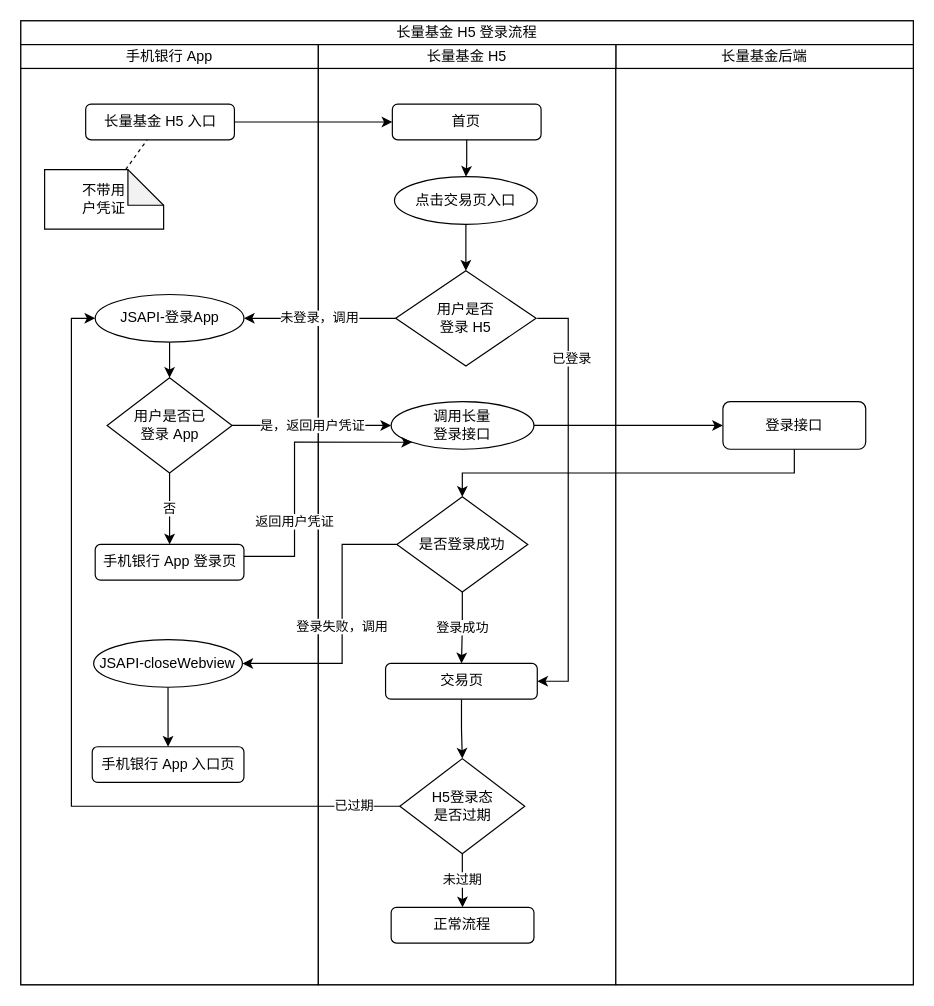
The draw.io diagram zeus-login.drawio in xhavit-app/draw.io, before the edit. Source tidied: cells renumbered, new cells numbered last; positions are measured from the earlier drawing's top-left corner, leaving out a move shared by most shapes. Both pictures are drawn from the tidied source at 119%, with x=0, y=0 at pixel (20, 20).
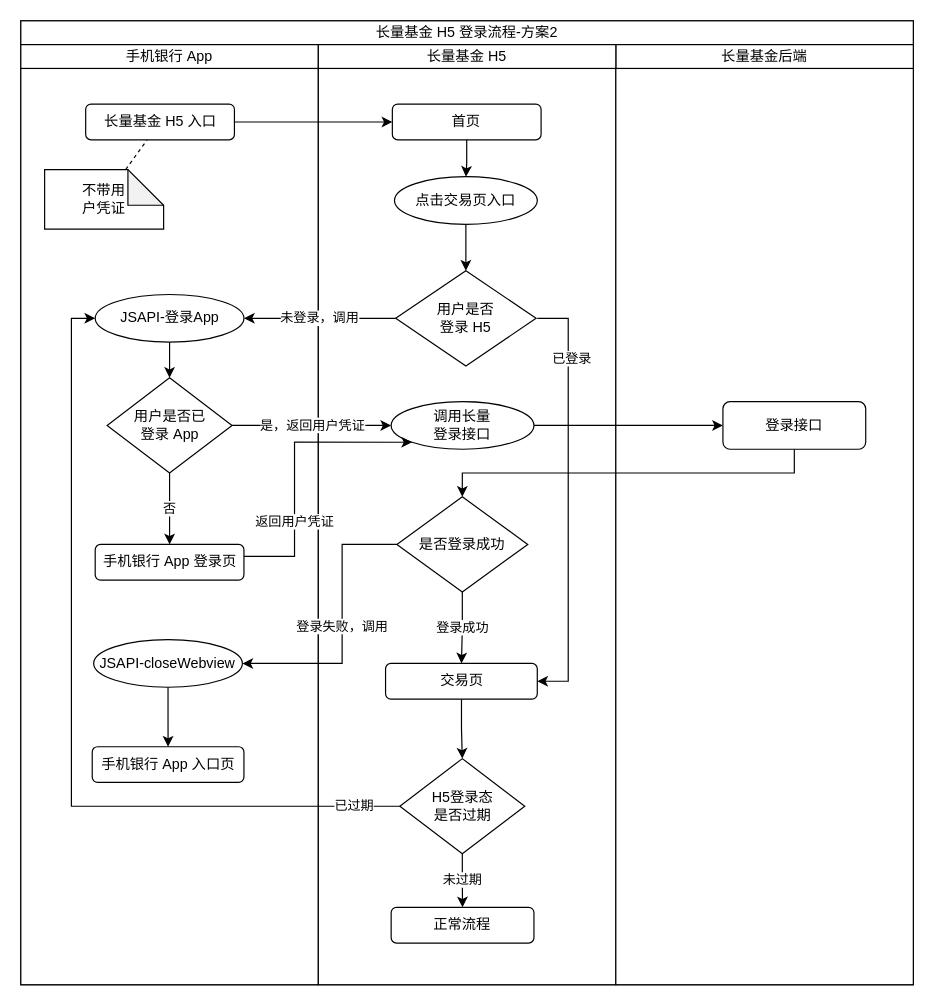
The same page after the edit.

The edit, as a diff of the source:
```diff
@@
-    <mxCell id="3" value="长量基金 H5 登录流程" style="rounded=0;whiteSpace=wrap;html=1;imageWidth=24;" parent="1" vertex="1">
+    <mxCell id="3" value="长量基金 H5 登录流程-方案2" style="rounded=0;whiteSpace=wrap;html=1;imageWidth=24;" parent="1" vertex="1">
       <mxGeometry width="750" height="20" as="geometry" />
     </mxCell>
```
